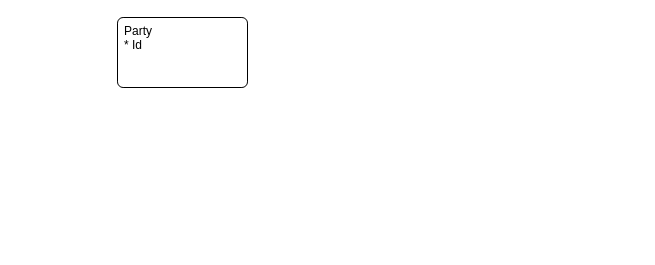
Before: docs/draw/Parties.drawio in chavp/DataModeling, a draw.io diagram. Source tidied: cells renumbered, new cells numbered last; positions are measured from the earlier drawing's top-left corner, leaving out a move shared by most shapes. Both pictures are drawn from the tidied source at 100%, with x=0, y=0 at pixel (117, 17).
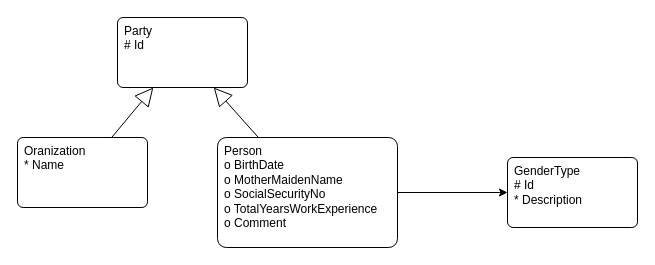
After the change.

Diff of the diagram source:
```diff
@@
 <mxGraphModel>
   <root>
     <mxCell id="0" />
     <mxCell id="1" parent="0" />
-    <mxCell id="2" value="&lt;div&gt;&lt;span style=&quot;background-color: transparent; color: light-dark(rgb(0, 0, 0), rgb(255, 255, 255));&quot;&gt;Party&lt;/span&gt;&lt;/div&gt;&lt;div&gt;&lt;div&gt;* Id&lt;/div&gt;&lt;/div&gt;&lt;div&gt;&lt;span style=&quot;background-color: transparent; color: light-dark(rgb(0, 0, 0), rgb(255, 255, 255));&quot;&gt;&lt;br&gt;&lt;/span&gt;&lt;/div&gt;" style="rounded=1;whiteSpace=wrap;html=1;verticalAlign=top;align=left;spacingTop=0;spacingLeft=5;arcSize=8;" parent="1" vertex="1">
+    <mxCell id="2" value="&lt;div&gt;&lt;span style=&quot;background-color: transparent; color: light-dark(rgb(0, 0, 0), rgb(255, 255, 255));&quot;&gt;Party&lt;/span&gt;&lt;/div&gt;&lt;div&gt;&lt;div&gt;# Id&lt;/div&gt;&lt;/div&gt;&lt;div&gt;&lt;span style=&quot;background-color: transparent; color: light-dark(rgb(0, 0, 0), rgb(255, 255, 255));&quot;&gt;&lt;br&gt;&lt;/span&gt;&lt;/div&gt;" style="rounded=1;whiteSpace=wrap;html=1;verticalAlign=top;align=left;spacingTop=0;spacingLeft=5;arcSize=8;" parent="1" vertex="1">
       <mxGeometry width="130" height="70" as="geometry" />
     </mxCell>
+    <mxCell id="3" value="&lt;div&gt;&lt;span style=&quot;background-color: transparent; color: light-dark(rgb(0, 0, 0), rgb(255, 255, 255));&quot;&gt;Oranization&lt;/span&gt;&lt;/div&gt;&lt;div&gt;&lt;div&gt;* Name&lt;/div&gt;&lt;/div&gt;&lt;div&gt;&lt;span style=&quot;background-color: transparent; color: light-dark(rgb(0, 0, 0), rgb(255, 255, 255));&quot;&gt;&lt;br&gt;&lt;/span&gt;&lt;/div&gt;" style="rounded=1;whiteSpace=wrap;html=1;verticalAlign=top;align=left;spacingTop=0;spacingLeft=5;arcSize=8;" parent="1" vertex="1">
+      <mxGeometry x="-100" y="120" width="130" height="70" as="geometry" />
+    </mxCell>
+    <mxCell id="4" style="endArrow=block;endSize=16;endFill=0;html=1;rounded=0;" parent="1" edge="1" source="3" target="2">
+      <mxGeometry relative="1" as="geometry" />
+    </mxCell>
+    <mxCell id="5" style="edgeStyle=orthogonalEdgeStyle;rounded=0;jettySize=auto;html=1;" parent="1" edge="1" source="6" target="8">
+      <mxGeometry relative="1" as="geometry" />
+    </mxCell>
+    <mxCell id="6" value="&lt;div&gt;&lt;span style=&quot;background-color: transparent; color: light-dark(rgb(0, 0, 0), rgb(255, 255, 255));&quot;&gt;Person&lt;/span&gt;&lt;/div&gt;&lt;div&gt;&lt;div&gt;o BirthDate&lt;/div&gt;&lt;/div&gt;&lt;div&gt;o MotherMaidenName&lt;/div&gt;&lt;div&gt;o SocialSecurityNo&lt;/div&gt;&lt;div&gt;o TotalYearsWorkExperience&lt;/div&gt;&lt;div&gt;o Comment&lt;/div&gt;&lt;div&gt;&lt;span style=&quot;background-color: transparent; color: light-dark(rgb(0, 0, 0), rgb(255, 255, 255));&quot;&gt;&lt;br&gt;&lt;/span&gt;&lt;/div&gt;" style="rounded=1;whiteSpace=wrap;html=1;verticalAlign=top;align=left;spacingTop=0;spacingLeft=5;arcSize=8;" parent="1" vertex="1">
+      <mxGeometry x="100" y="120" width="180" height="110" as="geometry" />
+    </mxCell>
+    <mxCell id="7" style="endArrow=block;endSize=16;endFill=0;html=1;rounded=0;" parent="1" edge="1" source="6" target="2">
+      <mxGeometry relative="1" as="geometry" />
+    </mxCell>
+    <mxCell id="8" value="&lt;div&gt;&lt;span style=&quot;background-color: transparent; color: light-dark(rgb(0, 0, 0), rgb(255, 255, 255));&quot;&gt;GenderType&lt;/span&gt;&lt;/div&gt;&lt;div&gt;&lt;div&gt;# Id&lt;/div&gt;&lt;/div&gt;&lt;div&gt;* Description&lt;/div&gt;&lt;div&gt;&lt;span style=&quot;background-color: transparent; color: light-dark(rgb(0, 0, 0), rgb(255, 255, 255));&quot;&gt;&lt;br&gt;&lt;/span&gt;&lt;/div&gt;" style="rounded=1;whiteSpace=wrap;html=1;verticalAlign=top;align=left;spacingTop=0;spacingLeft=5;arcSize=8;" parent="1" vertex="1">
+      <mxGeometry x="390" y="140" width="130" height="70" as="geometry" />
+    </mxCell>
   </root>
 </mxGraphModel>
```
